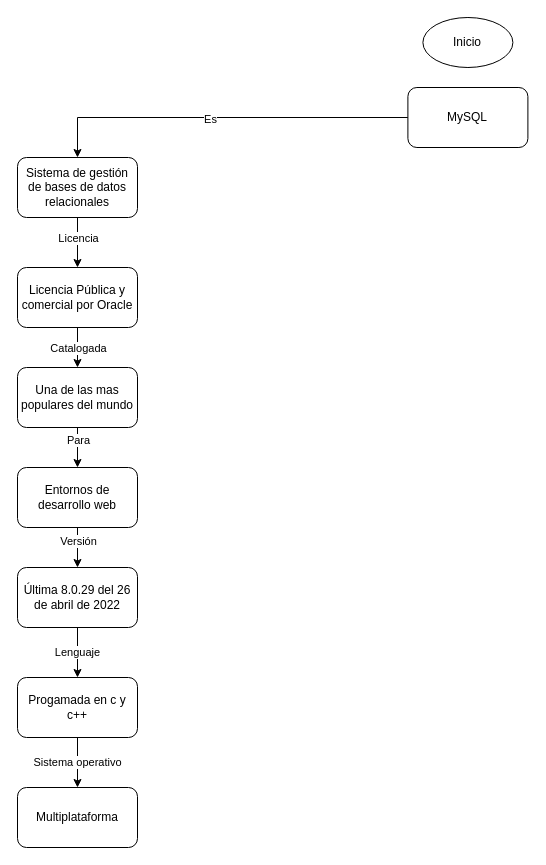
Earlier version of the draw.io diagram Diagrama sin título.drawio (selobu/diagramas). Source tidied: cells renumbered, new cells numbered last; positions are measured from the earlier drawing's top-left corner, leaving out a move shared by most shapes. Both pictures are drawn from the tidied source at 100%, with x=0, y=0 at pixel (17, 17).
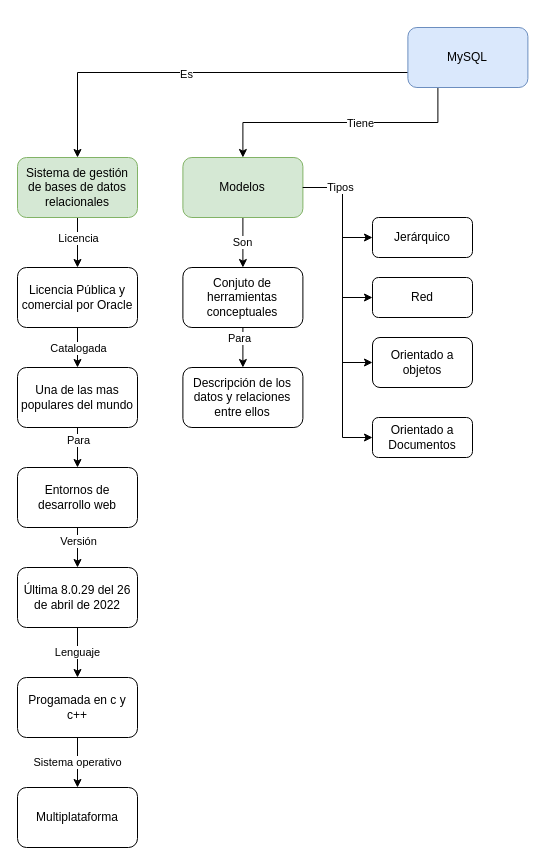
The same page after the edit.

What changed in the source:
```diff
@@
-    <mxCell id="2" value="Inicio" style="ellipse;whiteSpace=wrap;html=1;" parent="1" vertex="1">
-      <mxGeometry x="405.4" width="90" height="50" as="geometry" />
-    </mxCell>
-    <mxCell id="3" style="edgeStyle=orthogonalEdgeStyle;rounded=0;jettySize=auto;html=1;" parent="1" edge="1" source="5" target="14">
+    <mxCell id="3" style="edgeStyle=orthogonalEdgeStyle;rounded=0;jettySize=auto;html=1;exitX=0;exitY=0.75;exitDx=0;exitDy=0;" parent="1" edge="1" source="5" target="14">
       <mxGeometry relative="1" as="geometry" />
     </mxCell>
@@
+    <mxCell id="23" style="edgeStyle=orthogonalEdgeStyle;rounded=0;jettySize=auto;html=1;exitX=0.25;exitY=1;exitDx=0;exitDy=0;entryX=0.5;entryY=0;entryDx=0;entryDy=0;" parent="1" edge="1" source="5" target="27">
+      <mxGeometry relative="1" as="geometry" />
+    </mxCell>
+    <mxCell id="24" value="Tiene" style="edgeLabel;html=1;align=center;verticalAlign=middle;" parent="23" vertex="1">
+      <mxGeometry x="-0.15" relative="1" as="geometry" />
+    </mxCell>
-    <mxCell id="5" value="MySQL" style="rounded=1;whiteSpace=wrap;html=1;" parent="1" vertex="1">
-      <mxGeometry x="390.4" y="70" width="120" height="60" as="geometry" />
+    <mxCell id="5" value="MySQL" style="rounded=1;whiteSpace=wrap;html=1;fillColor=#dae8fc;strokeColor=#6c8ebf;" parent="1" vertex="1">
+      <mxGeometry x="390.4" y="10" width="120" height="60" as="geometry" />
     </mxCell>
@@
-    <mxCell id="14" value="Sistema de gestión de bases de datos relacionales" style="rounded=1;whiteSpace=wrap;html=1;" parent="1" vertex="1">
+    <mxCell id="14" value="Sistema de gestión de bases de datos relacionales" style="rounded=1;whiteSpace=wrap;html=1;fillColor=#d5e8d4;strokeColor=#82b366;" parent="1" vertex="1">
       <mxGeometry y="140" width="120" height="60" as="geometry" />
     </mxCell>
@@
+    <mxCell id="25" value="Son" style="edgeStyle=orthogonalEdgeStyle;rounded=0;jettySize=auto;html=1;" parent="1" edge="1" source="27" target="37">
+      <mxGeometry relative="1" as="geometry" />
+    </mxCell>
+    <mxCell id="26" style="edgeStyle=orthogonalEdgeStyle;rounded=0;jettySize=auto;html=1;exitX=1;exitY=0.5;exitDx=0;exitDy=0;entryX=0;entryY=0.5;entryDx=0;entryDy=0;" parent="1" edge="1" source="27" target="29">
+      <mxGeometry relative="1" as="geometry">
+        <Array as="points">
+          <mxPoint x="325" y="170" />
+          <mxPoint x="325" y="220" />
+        </Array>
+      </mxGeometry>
+    </mxCell>
+    <mxCell id="27" value="Modelos" style="rounded=1;whiteSpace=wrap;html=1;fillColor=#d5e8d4;strokeColor=#82b366;" parent="1" vertex="1">
+      <mxGeometry x="165.4" y="140" width="120" height="60" as="geometry" />
+    </mxCell>
+    <mxCell id="28" style="edgeStyle=orthogonalEdgeStyle;rounded=0;jettySize=auto;html=1;entryX=0;entryY=0.5;entryDx=0;entryDy=0;exitX=1;exitY=0.5;exitDx=0;exitDy=0;" parent="1" edge="1" source="27" target="31">
+      <mxGeometry relative="1" as="geometry">
+        <Array as="points">
+          <mxPoint x="325" y="170" />
+          <mxPoint x="325" y="280" />
+        </Array>
+      </mxGeometry>
+    </mxCell>
+    <mxCell id="29" value="Jerárquico" style="rounded=1;whiteSpace=wrap;html=1;" parent="1" vertex="1">
+      <mxGeometry x="355" y="200" width="100" height="40" as="geometry" />
+    </mxCell>
+    <mxCell id="30" style="edgeStyle=orthogonalEdgeStyle;rounded=0;jettySize=auto;html=1;entryX=0;entryY=0.5;entryDx=0;entryDy=0;exitX=1;exitY=0.5;exitDx=0;exitDy=0;" parent="1" edge="1" source="27" target="33">
+      <mxGeometry relative="1" as="geometry">
+        <Array as="points">
+          <mxPoint x="325" y="170" />
+          <mxPoint x="325" y="345" />
+        </Array>
+      </mxGeometry>
+    </mxCell>
+    <mxCell id="31" value="Red" style="rounded=1;whiteSpace=wrap;html=1;" parent="1" vertex="1">
+      <mxGeometry x="355" y="260" width="100" height="40" as="geometry" />
+    </mxCell>
+    <mxCell id="32" value="Tipos" style="edgeStyle=orthogonalEdgeStyle;rounded=0;jettySize=auto;html=1;entryX=0;entryY=0.5;entryDx=0;entryDy=0;exitX=1;exitY=0.5;exitDx=0;exitDy=0;" parent="1" edge="1" source="27" target="34">
+      <mxGeometry x="-0.76" relative="1" as="geometry">
+        <Array as="points">
+          <mxPoint x="325" y="170" />
+          <mxPoint x="325" y="420" />
+        </Array>
+      </mxGeometry>
+    </mxCell>
+    <mxCell id="33" value="Orientado a objetos" style="rounded=1;whiteSpace=wrap;html=1;" parent="1" vertex="1">
+      <mxGeometry x="355" y="320" width="100" height="50" as="geometry" />
+    </mxCell>
+    <mxCell id="34" value="Orientado a Documentos" style="rounded=1;whiteSpace=wrap;html=1;" parent="1" vertex="1">
+      <mxGeometry x="355" y="400" width="100" height="40" as="geometry" />
+    </mxCell>
+    <mxCell id="35" style="edgeStyle=orthogonalEdgeStyle;rounded=0;jettySize=auto;html=1;" parent="1" edge="1" source="37" target="38">
+      <mxGeometry relative="1" as="geometry" />
+    </mxCell>
+    <mxCell id="36" value="Para" style="edgeLabel;html=1;align=center;verticalAlign=middle;" parent="35" vertex="1">
+      <mxGeometry x="-0.51" y="-4" relative="1" as="geometry" />
+    </mxCell>
+    <mxCell id="37" value="Conjuto de herramientas conceptuales" style="rounded=1;whiteSpace=wrap;html=1;" parent="1" vertex="1">
+      <mxGeometry x="165.4" y="250" width="120" height="60" as="geometry" />
+    </mxCell>
+    <mxCell id="38" value="Descripción de los datos y relaciones entre ellos" style="rounded=1;whiteSpace=wrap;html=1;" parent="1" vertex="1">
+      <mxGeometry x="165.4" y="350" width="120" height="60" as="geometry" />
+    </mxCell>
```
